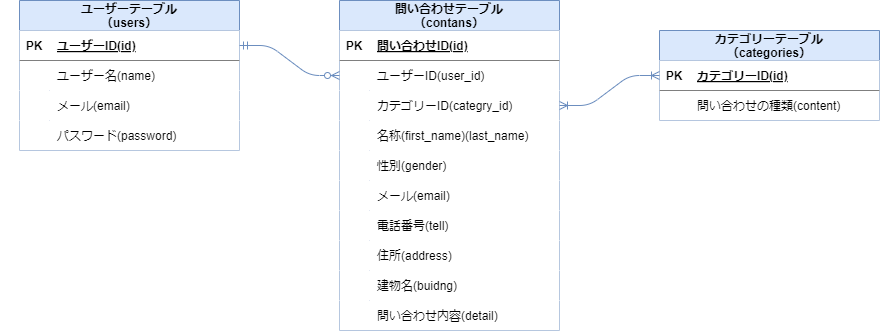
The draw.io diagram er-diagram.png in risamatsumoto1104/contact-form1, before a commit. Source tidied: cells renumbered, new cells last; positions are measured from the earlier drawing's top-left corner, leaving out a move shared by most shapes.
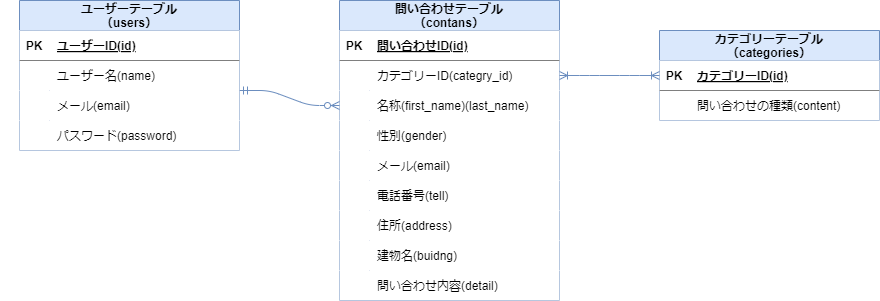
The same file after the commit.

The edit, as a diff of the source:
```diff
@@ -3,7 +3,7 @@
     <mxCell id="0" />
     <mxCell id="1" parent="0" />
     <mxCell id="2" value="問い合わせテーブル&#10;（contans）" style="shape=table;startSize=30;rowLines=0;fontStyle=1;align=center;fillColor=#dae8fc;strokeColor=#6c8ebf;" parent="1" vertex="1">
-      <mxGeometry x="339" width="220" height="330" as="geometry" />
+      <mxGeometry x="339" width="220" height="300" as="geometry" />
     </mxCell>
     <mxCell id="3" style="shape=tableRow;horizontal=0;startSize=0;swimlaneHead=0;swimlaneBody=0;top=0;left=0;right=0;bottom=1;" parent="2" vertex="1">
       <mxGeometry y="30" width="220" height="30" as="geometry" />
@@ -14,17 +14,8 @@
     <mxCell id="5" value="問い合わせID(id)" style="shape=partialRectangle;fillColor=none;top=0;left=0;bottom=0;right=0;align=left;spacingLeft=6;fontStyle=5;overflow=hidden;" parent="3" vertex="1">
       <mxGeometry x="30" width="190" height="30" as="geometry" />
     </mxCell>
-    <mxCell id="6" style="shape=tableRow;horizontal=0;startSize=0;swimlaneHead=0;swimlaneBody=0;points=[[0,0.5],[1,0.5]];portConstraint=eastwest;top=0;left=0;right=0;bottom=0;" parent="2" vertex="1">
-      <mxGeometry y="60" width="220" height="30" as="geometry" />
-    </mxCell>
-    <mxCell id="7" style="shape=partialRectangle;fillColor=none;top=0;left=0;bottom=0;right=0;overflow=hidden;" parent="6" vertex="1">
-      <mxGeometry width="30" height="30" as="geometry" />
-    </mxCell>
-    <mxCell id="8" value="ユーザーID(user_id)" style="shape=partialRectangle;fillColor=none;top=0;left=0;bottom=0;right=0;align=left;spacingLeft=6;overflow=hidden;" parent="6" vertex="1">
-      <mxGeometry x="30" width="190" height="30" as="geometry" />
-    </mxCell>
     <mxCell id="9" style="shape=tableRow;horizontal=0;startSize=0;swimlaneHead=0;swimlaneBody=0;points=[[0,0.5],[1,0.5]];portConstraint=eastwest;top=0;left=0;right=0;bottom=0;" parent="2" vertex="1">
-      <mxGeometry y="90" width="220" height="30" as="geometry" />
+      <mxGeometry y="60" width="220" height="30" as="geometry" />
     </mxCell>
     <mxCell id="10" style="shape=partialRectangle;fillColor=none;top=0;left=0;bottom=0;right=0;overflow=hidden;" parent="9" vertex="1">
       <mxGeometry width="30" height="30" as="geometry" />
@@ -33,7 +24,7 @@
       <mxGeometry x="30" width="190" height="30" as="geometry" />
     </mxCell>
     <mxCell id="12" style="shape=tableRow;horizontal=0;startSize=0;swimlaneHead=0;swimlaneBody=0;points=[[0,0.5],[1,0.5]];portConstraint=eastwest;top=0;left=0;right=0;bottom=0;" parent="2" vertex="1">
-      <mxGeometry y="120" width="220" height="30" as="geometry" />
+      <mxGeometry y="90" width="220" height="30" as="geometry" />
     </mxCell>
     <mxCell id="13" style="shape=partialRectangle;fillColor=none;top=0;left=0;bottom=0;right=0;overflow=hidden;" parent="12" vertex="1">
       <mxGeometry width="30" height="30" as="geometry" />
@@ -42,7 +33,7 @@
       <mxGeometry x="30" width="190" height="30" as="geometry" />
     </mxCell>
     <mxCell id="15" style="shape=tableRow;horizontal=0;startSize=0;swimlaneHead=0;swimlaneBody=0;top=0;left=0;right=0;bottom=0;" parent="2" vertex="1">
-      <mxGeometry y="150" width="220" height="30" as="geometry" />
+      <mxGeometry y="120" width="220" height="30" as="geometry" />
     </mxCell>
     <mxCell id="16" style="shape=partialRectangle;fillColor=none;top=0;left=0;bottom=0;right=0;overflow=hidden;" parent="15" vertex="1">
       <mxGeometry width="30" height="30" as="geometry" />
@@ -51,7 +42,7 @@
       <mxGeometry x="30" width="190" height="30" as="geometry" />
     </mxCell>
     <mxCell id="18" style="shape=tableRow;horizontal=0;startSize=0;swimlaneHead=0;swimlaneBody=0;top=0;left=0;right=0;bottom=0;" parent="2" vertex="1">
-      <mxGeometry y="180" width="220" height="30" as="geometry" />
+      <mxGeometry y="150" width="220" height="30" as="geometry" />
     </mxCell>
     <mxCell id="19" style="shape=partialRectangle;fillColor=none;top=0;left=0;bottom=0;right=0;overflow=hidden;" parent="18" vertex="1">
       <mxGeometry width="30" height="30" as="geometry" />
@@ -60,7 +51,7 @@
       <mxGeometry x="30" width="190" height="30" as="geometry" />
     </mxCell>
     <mxCell id="21" style="shape=tableRow;horizontal=0;startSize=0;swimlaneHead=0;swimlaneBody=0;top=0;left=0;right=0;bottom=0;" parent="2" vertex="1">
-      <mxGeometry y="210" width="220" height="30" as="geometry" />
+      <mxGeometry y="180" width="220" height="30" as="geometry" />
     </mxCell>
     <mxCell id="22" style="shape=partialRectangle;fillColor=none;top=0;left=0;bottom=0;right=0;overflow=hidden;" parent="21" vertex="1">
       <mxGeometry width="30" height="30" as="geometry" />
@@ -69,7 +60,7 @@
       <mxGeometry x="30" width="190" height="30" as="geometry" />
     </mxCell>
     <mxCell id="24" style="shape=tableRow;horizontal=0;startSize=0;swimlaneHead=0;swimlaneBody=0;top=0;left=0;right=0;bottom=0;" parent="2" vertex="1">
-      <mxGeometry y="240" width="220" height="30" as="geometry" />
+      <mxGeometry y="210" width="220" height="30" as="geometry" />
     </mxCell>
     <mxCell id="25" style="shape=partialRectangle;fillColor=none;top=0;left=0;bottom=0;right=0;overflow=hidden;" parent="24" vertex="1">
       <mxGeometry width="30" height="30" as="geometry" />
@@ -78,7 +69,7 @@
       <mxGeometry x="30" width="190" height="30" as="geometry" />
     </mxCell>
     <mxCell id="27" style="shape=tableRow;horizontal=0;startSize=0;swimlaneHead=0;swimlaneBody=0;top=0;left=0;right=0;bottom=0;" parent="2" vertex="1">
-      <mxGeometry y="270" width="220" height="30" as="geometry" />
+      <mxGeometry y="240" width="220" height="30" as="geometry" />
     </mxCell>
     <mxCell id="28" style="shape=partialRectangle;fillColor=none;top=0;left=0;bottom=0;right=0;overflow=hidden;" parent="27" vertex="1">
       <mxGeometry width="30" height="30" as="geometry" />
@@ -87,7 +78,7 @@
       <mxGeometry x="30" width="190" height="30" as="geometry" />
     </mxCell>
     <mxCell id="30" style="shape=tableRow;horizontal=0;startSize=0;swimlaneHead=0;swimlaneBody=0;top=0;left=0;right=0;bottom=0;" parent="2" vertex="1">
-      <mxGeometry y="300" width="220" height="30" as="geometry" />
+      <mxGeometry y="270" width="220" height="30" as="geometry" />
     </mxCell>
     <mxCell id="31" style="shape=partialRectangle;fillColor=none;top=0;left=0;bottom=0;right=0;overflow=hidden;" parent="30" vertex="1">
       <mxGeometry width="30" height="30" as="geometry" />
@@ -158,7 +149,7 @@
     <mxCell id="53" style="shape=tableRow;horizontal=0;startSize=0;swimlaneHead=0;swimlaneBody=0;fillColor=none;top=0;left=0;right=0;bottom=0;" parent="1" vertex="1">
       <mxGeometry y="70" width="180" height="30" as="geometry" />
     </mxCell>
-    <mxCell id="54" style="edgeStyle=entityRelationEdgeStyle;fontSize=12;html=1;endArrow=ERzeroToMany;startArrow=ERmandOne;exitX=1;exitY=0.5;exitDx=0;exitDy=0;entryX=0;entryY=0.5;entryDx=0;entryDy=0;strokeColor=#6c8ebf;fillColor=#dae8fc;strokeWidth=1;" parent="1" edge="1" source="41" target="6">
+    <mxCell id="54" style="edgeStyle=entityRelationEdgeStyle;fontSize=12;html=1;endArrow=ERzeroToMany;startArrow=ERmandOne;exitX=1;exitY=1;exitDx=0;exitDy=0;strokeColor=#6c8ebf;fillColor=#dae8fc;strokeWidth=1;entryX=0;entryY=0.5;entryDx=0;entryDy=0;exitPerimeter=0;" parent="1" edge="1" source="44" target="12">
       <mxGeometry relative="1" as="geometry" />
     </mxCell>
     <mxCell id="55" style="edgeStyle=entityRelationEdgeStyle;fontSize=12;html=1;endArrow=ERoneToMany;startArrow=ERoneToMany;entryX=0;entryY=0.5;entryDx=0;entryDy=0;exitX=1;exitY=0.5;exitDx=0;exitDy=0;strokeColor=#6c8ebf;fillColor=#dae8fc;strokeWidth=1;" parent="1" edge="1" source="9" target="34">
```
